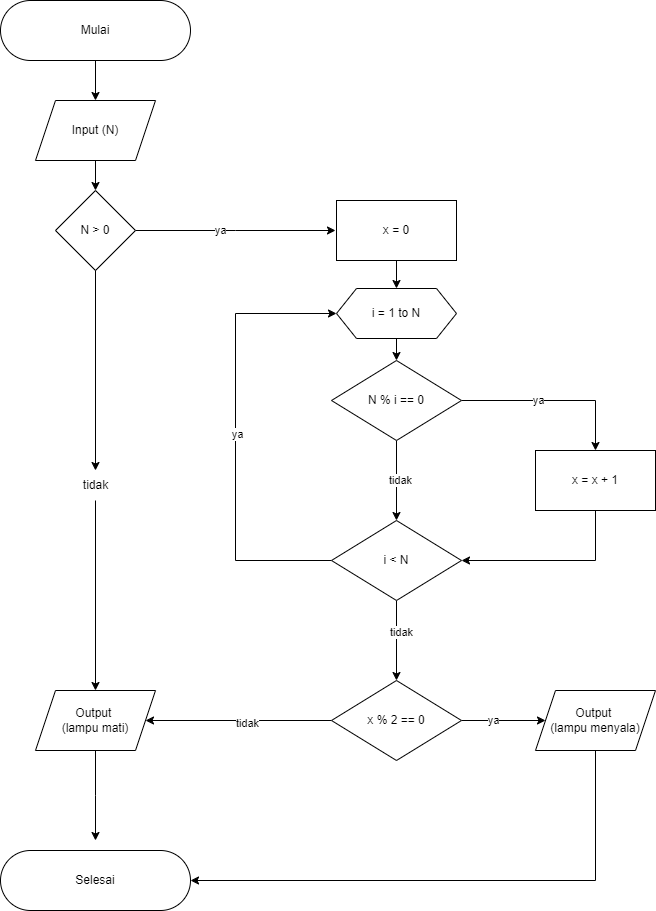
Above: Tugas Algoritma/Problem 2 - Lampu dan Tombol!.png in hfzdrmwn96/ALTA-BE23-HAFIZ (draw.io), before the change. Source tidied: cells renumbered, new cells last; positions are measured from the earlier drawing's top-left corner, leaving out a move shared by most shapes.
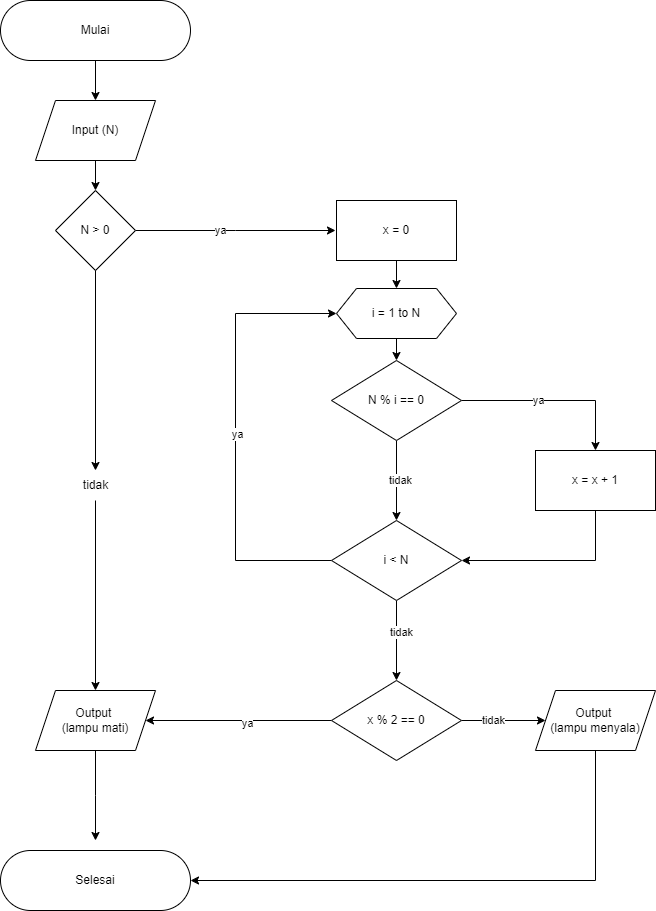
Later version of the same file.

Commit message:
revisi problem 1 dan 2

Change to the diagram source:
```diff
@@ -115,13 +115,13 @@
     <mxCell id="33" style="edgeStyle=orthogonalEdgeStyle;rounded=0;jettySize=auto;html=1;entryX=1;entryY=0.5;entryDx=0;entryDy=0;" parent="1" edge="1" source="37" target="12">
       <mxGeometry relative="1" as="geometry" />
     </mxCell>
-    <mxCell id="34" value="tidak" style="edgeLabel;html=1;align=center;verticalAlign=middle;" parent="33" vertex="1">
+    <mxCell id="34" value="ya" style="edgeLabel;html=1;align=center;verticalAlign=middle;" parent="33" vertex="1">
       <mxGeometry x="-0.09" y="2" relative="1" as="geometry" />
     </mxCell>
     <mxCell id="35" style="edgeStyle=orthogonalEdgeStyle;rounded=0;jettySize=auto;html=1;" parent="1" edge="1" source="37" target="39">
       <mxGeometry relative="1" as="geometry" />
     </mxCell>
-    <mxCell id="36" value="ya" style="edgeLabel;html=1;align=center;verticalAlign=middle;" parent="35" vertex="1">
+    <mxCell id="36" value="tidak" style="edgeLabel;html=1;align=center;verticalAlign=middle;" parent="35" vertex="1">
       <mxGeometry x="-0.29" y="1" relative="1" as="geometry">
         <mxPoint x="1" as="offset" />
       </mxGeometry>
```
